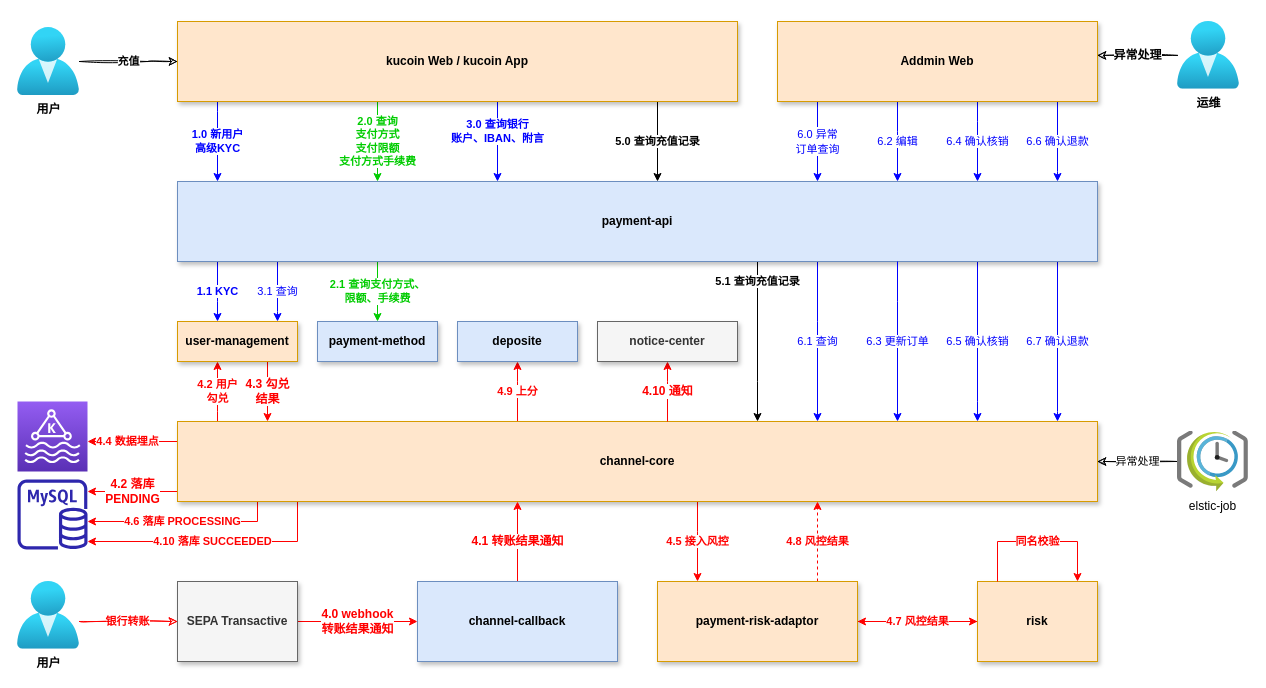
The draw.io diagram page "SEPA 3.0" (4 of 5) of 库珀架构.drawio in JudeSheng/design, before the edit. Source tidied: cells renumbered, new cells numbered last; positions are measured from the earlier drawing's top-left corner, leaving out a move shared by most shapes. Both pictures are drawn from the tidied source at 100%, with x=0, y=0 at pixel (17, 21).
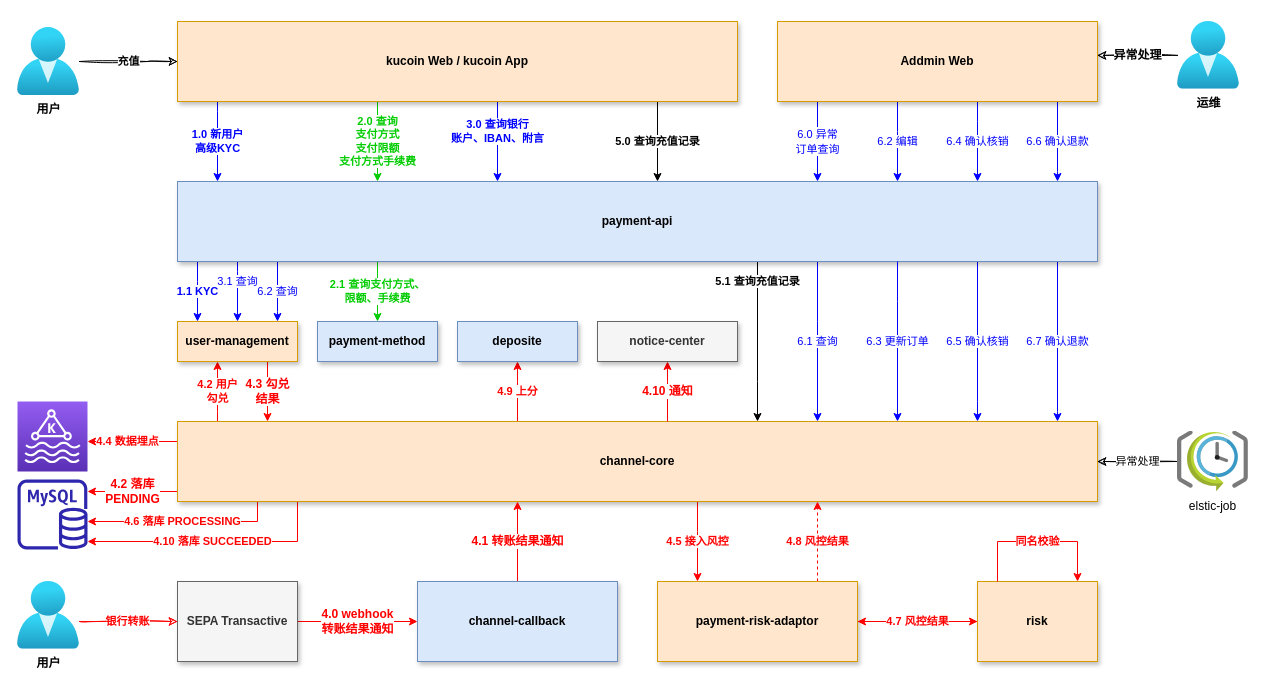
The same page after the edit.

Unchanged cells that the change refers to:
```xml
<mxCell id="15" value="user-management" style="rounded=0;whiteSpace=wrap;html=1;fontStyle=1;fontSize=12;fillColor=#ffe6cc;strokeColor=#d79b00;shadow=1;fontFamily=Helvetica;" parent="1" vertex="1">
  <mxGeometry x="160" y="300" width="120" height="40" as="geometry" />
</mxCell>
<mxCell id="33" value="payment-api" style="rounded=0;whiteSpace=wrap;html=1;fontStyle=1;fontSize=12;fillColor=#dae8fc;strokeColor=#6c8ebf;shadow=1;fontFamily=Helvetica;" parent="1" vertex="1">
  <mxGeometry x="160" y="160" width="920" height="80" as="geometry" />
</mxCell>
```

Diff of the diagram source:
```diff
@@
     <mxCell id="27" value="1.1&amp;nbsp;KYC" style="edgeStyle=orthogonalEdgeStyle;rounded=0;jettySize=auto;html=1;strokeColor=#0000FF;fontColor=#0000FF;sketch=0;fontFamily=Helvetica;fontStyle=1;" parent="1" edge="1" source="33" target="15">
       <mxGeometry relative="1" as="geometry">
         <Array as="points">
-          <mxPoint x="200" y="280" />
-          <mxPoint x="200" y="280" />
+          <mxPoint x="180" y="260" />
+          <mxPoint x="180" y="260" />
         </Array>
       </mxGeometry>
     </mxCell>
@@
     <mxCell id="32" value="3.1 查询" style="edgeStyle=orthogonalEdgeStyle;rounded=0;jettySize=auto;html=1;fontColor=#0000FF;strokeColor=#0000FF;" parent="1" edge="1" source="33" target="15">
-      <mxGeometry relative="1" as="geometry">
+      <mxGeometry x="-0.33" relative="1" as="geometry">
         <Array as="points">
-          <mxPoint x="260" y="290" />
-          <mxPoint x="260" y="290" />
+          <mxPoint x="220" y="250" />
+          <mxPoint x="220" y="250" />
         </Array>
       </mxGeometry>
     </mxCell>
+    <mxCell id="55" value="6.2 查询" style="edgeStyle=orthogonalEdgeStyle;rounded=0;jettySize=auto;html=1;startArrow=none;startFill=0;fontColor=#0000FF;strokeColor=#0000FF;" parent="1" edge="1" source="33" target="15">
+      <mxGeometry relative="1" as="geometry">
+        <Array as="points">
+          <mxPoint x="260" y="290" />
+          <mxPoint x="260" y="290" />
+        </Array>
+      </mxGeometry>
+    </mxCell>
```
